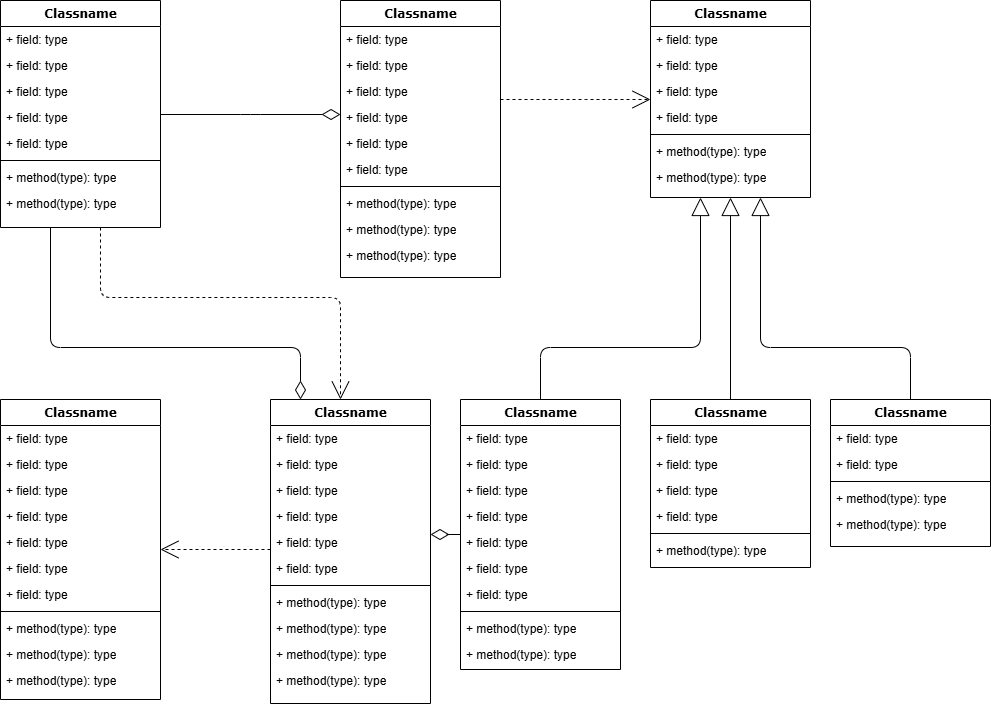
Earlier version of the draw.io export UML.png (SohamA12345/Project). Source tidied: cells renumbered, new cells last; positions are measured from the earlier drawing's top-left corner, leaving out a move shared by most shapes.
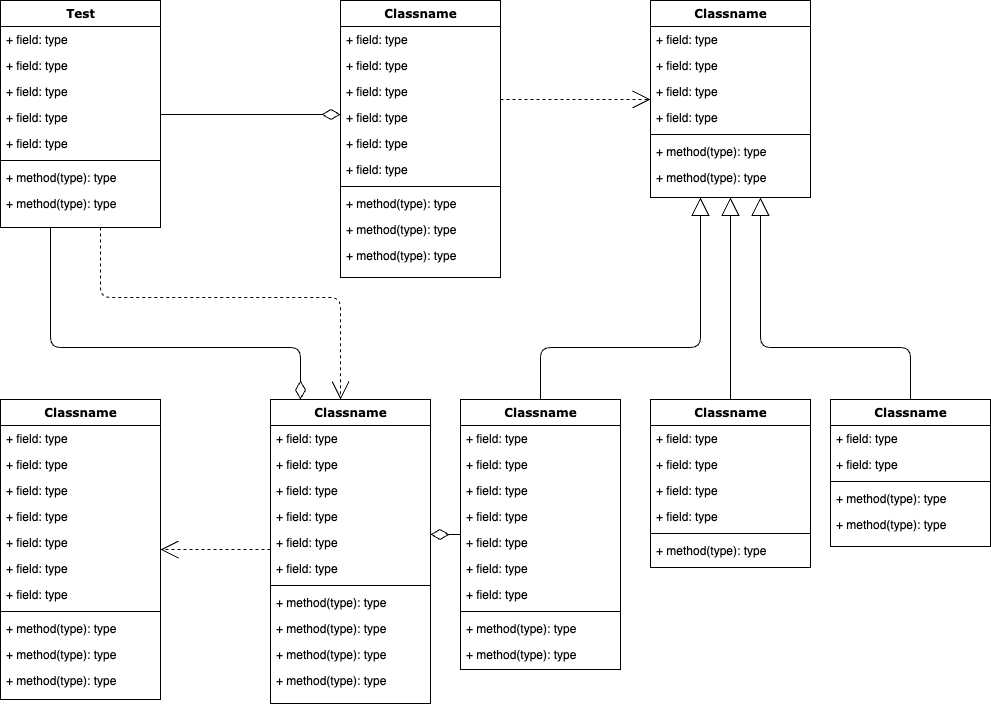
Later version of the same file.

The edit, as a diff of the source:
```diff
@@ -18,7 +18,7 @@
         </Array>
       </mxGeometry>
     </mxCell>
-    <mxCell id="4" value="Classname" style="swimlane;html=1;fontStyle=1;align=center;verticalAlign=top;horizontal=1;startSize=26;swimlaneFillColor=#ffffff;rounded=0;shadow=0;comic=0;labelBackgroundColor=none;strokeWidth=1;fillColor=none;fontFamily=Verdana;fontSize=12;" parent="1" vertex="1">
+    <mxCell id="4" value="Test&lt;div&gt;&lt;br&gt;&lt;/div&gt;" style="swimlane;html=1;fontStyle=1;align=center;verticalAlign=top;horizontal=1;startSize=26;swimlaneFillColor=#ffffff;rounded=0;shadow=0;comic=0;labelBackgroundColor=none;strokeWidth=1;fillColor=none;fontFamily=Verdana;fontSize=12;" parent="1" vertex="1">
       <mxGeometry width="160" height="227" as="geometry" />
     </mxCell>
     <mxCell id="5" value="+ field: type" style="text;html=1;strokeColor=none;fillColor=none;align=left;verticalAlign=top;spacingLeft=4;spacingRight=4;whiteSpace=wrap;overflow=hidden;" parent="4" vertex="1">
```
